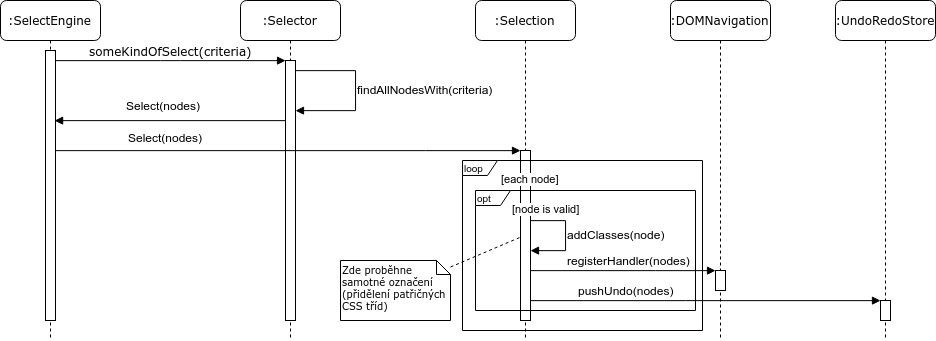
This is LaTeX/images/sequence_diagram.png from drahoja9/scraper, a draw.io export, as it was before one commit. Source tidied: cells renumbered, new cells last; positions are measured from the earlier drawing's top-left corner, leaving out a move shared by most shapes.
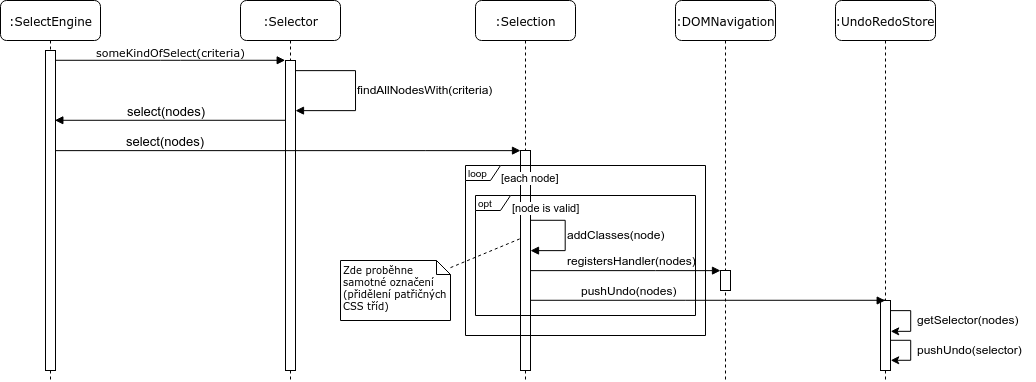
Later version of the same file.

The edit, as a diff of the source:
```diff
@@ -3,10 +3,10 @@
     <mxCell id="0" />
     <mxCell id="1" parent="0" />
     <mxCell id="2" value=":Selector" style="shape=umlLifeline;perimeter=lifelinePerimeter;whiteSpace=wrap;html=1;rounded=1;shadow=0;comic=0;labelBackgroundColor=none;strokeColor=#000000;strokeWidth=1;fillColor=#FFFFFF;fontFamily=Verdana;fontSize=12;fontColor=#000000;align=center;" parent="1" vertex="1">
-      <mxGeometry x="240" width="100" height="340" as="geometry" />
+      <mxGeometry x="240" width="100" height="380" as="geometry" />
     </mxCell>
     <mxCell id="3" style="html=1;points=[];perimeter=orthogonalPerimeter;rounded=0;shadow=0;comic=0;labelBackgroundColor=none;strokeColor=#000000;strokeWidth=1;fillColor=#FFFFFF;fontFamily=Verdana;fontSize=12;fontColor=#000000;align=center;" parent="2" vertex="1">
-      <mxGeometry x="45" y="60" width="10" height="260" as="geometry" />
+      <mxGeometry x="45" y="60" width="10" height="310" as="geometry" />
     </mxCell>
     <mxCell id="4" style="edgeStyle=orthogonalEdgeStyle;rounded=0;orthogonalLoop=1;jettySize=auto;html=1;endArrow=block;endFill=1;" parent="2" edge="1" source="3" target="3">
       <mxGeometry relative="1" as="geometry">
@@ -17,25 +17,25 @@
       </mxGeometry>
     </mxCell>
     <mxCell id="5" value=":SelectEngine" style="shape=umlLifeline;perimeter=lifelinePerimeter;whiteSpace=wrap;html=1;rounded=1;shadow=0;comic=0;labelBackgroundColor=none;strokeColor=#000000;strokeWidth=1;fillColor=#FFFFFF;fontFamily=Verdana;fontSize=12;fontColor=#000000;align=center;" parent="1" vertex="1">
-      <mxGeometry width="100" height="340" as="geometry" />
+      <mxGeometry width="100" height="380" as="geometry" />
     </mxCell>
     <mxCell id="6" style="html=1;points=[];perimeter=orthogonalPerimeter;rounded=0;shadow=0;comic=0;labelBackgroundColor=none;strokeColor=#000000;strokeWidth=1;fillColor=#FFFFFF;fontFamily=Verdana;fontSize=12;fontColor=#000000;align=center;" parent="5" vertex="1">
-      <mxGeometry x="45" y="50" width="10" height="270" as="geometry" />
+      <mxGeometry x="45" y="50" width="10" height="320" as="geometry" />
     </mxCell>
-    <mxCell id="7" value="someKindOfSelect(criteria)" style="html=1;verticalAlign=bottom;endArrow=block;entryX=0;entryY=0;labelBackgroundColor=none;fontFamily=Verdana;fontSize=12;edgeStyle=elbowEdgeStyle;elbow=vertical;" parent="1" edge="1" source="6" target="3">
+    <mxCell id="7" value="someKindOfSelect(criteria)" style="html=1;verticalAlign=bottom;endArrow=block;entryX=0;entryY=0;labelBackgroundColor=none;fontFamily=Verdana;fontSize=11;edgeStyle=elbowEdgeStyle;elbow=vertical;" parent="1" edge="1" source="6" target="3">
       <mxGeometry relative="1" as="geometry" />
     </mxCell>
-    <mxCell id="8" style="rounded=0;jumpStyle=none;jettySize=auto;html=1;entryX=0.071;entryY=0.508;entryDx=0;entryDy=0;entryPerimeter=0;endArrow=none;endFill=0;dashed=1;" parent="1" edge="1" source="9" target="11">
+    <mxCell id="8" style="rounded=0;jumpStyle=none;jettySize=auto;html=1;entryX=-0.083;entryY=0.402;entryDx=0;entryDy=0;entryPerimeter=0;endArrow=none;endFill=0;dashed=1;" parent="1" edge="1" source="9" target="11">
       <mxGeometry relative="1" as="geometry" />
     </mxCell>
     <mxCell id="9" value="Zde proběhne samotné označení (přidělení patřičných CSS tříd)" style="shape=note;whiteSpace=wrap;html=1;size=14;verticalAlign=middle;align=left;spacingTop=-6;rounded=0;shadow=0;comic=0;labelBackgroundColor=none;strokeColor=#000000;strokeWidth=1;fillColor=#FFFFFF;fontFamily=Verdana;fontSize=10;fontColor=#000000;" parent="1" vertex="1">
       <mxGeometry x="340" y="260" width="110" height="60" as="geometry" />
     </mxCell>
     <mxCell id="10" value=":Selection" style="shape=umlLifeline;perimeter=lifelinePerimeter;whiteSpace=wrap;html=1;rounded=1;shadow=0;comic=0;labelBackgroundColor=none;strokeColor=#000000;strokeWidth=1;fillColor=#FFFFFF;fontFamily=Verdana;fontSize=12;fontColor=#000000;align=center;" parent="1" vertex="1">
-      <mxGeometry x="475" width="100" height="340" as="geometry" />
+      <mxGeometry x="475" width="100" height="380" as="geometry" />
     </mxCell>
     <mxCell id="11" style="html=1;points=[];perimeter=orthogonalPerimeter;rounded=0;shadow=0;comic=0;labelBackgroundColor=none;strokeColor=#000000;strokeWidth=1;fillColor=#FFFFFF;fontFamily=Verdana;fontSize=12;fontColor=#000000;align=center;" parent="10" vertex="1">
-      <mxGeometry x="45" y="150" width="10" height="170" as="geometry" />
+      <mxGeometry x="45" y="150" width="10" height="220" as="geometry" />
     </mxCell>
     <mxCell id="12" style="edgeStyle=orthogonalEdgeStyle;rounded=0;orthogonalLoop=1;jettySize=auto;html=1;endArrow=block;endFill=1;" parent="10" edge="1" source="11" target="11">
       <mxGeometry relative="1" as="geometry">
@@ -56,14 +56,14 @@
         </Array>
       </mxGeometry>
     </mxCell>
-    <mxCell id="15" value="Select(nodes)" style="text;html=1;align=center;verticalAlign=middle;labelBackgroundColor=#ffffff;" parent="14" vertex="1">
+    <mxCell id="15" value="select(nodes)" style="text;html=1;align=center;verticalAlign=middle;labelBackgroundColor=#ffffff;fontSize=13;" parent="14" vertex="1">
       <mxGeometry x="0.07" y="1" relative="1" as="geometry">
-        <mxPoint x="1.5" y="-16" as="offset" />
+        <mxPoint x="4" y="-11" as="offset" />
       </mxGeometry>
     </mxCell>
-    <mxCell id="16" value="Select(nodes)" style="text;html=1;align=center;verticalAlign=middle;labelBackgroundColor=#ffffff;" parent="14" vertex="1">
+    <mxCell id="16" value="select(nodes)" style="text;html=1;align=center;verticalAlign=middle;labelBackgroundColor=#ffffff;fontSize=13;" parent="14" vertex="1">
       <mxGeometry x="0.07" y="1" relative="1" as="geometry">
-        <mxPoint x="4" y="16" as="offset" />
+        <mxPoint x="3.5" y="19.5" as="offset" />
       </mxGeometry>
     </mxCell>
     <mxCell id="17" style="edgeStyle=orthogonalEdgeStyle;rounded=0;jettySize=auto;html=1;jumpStyle=none;endArrow=block;endFill=1;" parent="1" edge="1" source="6" target="11">
@@ -75,7 +75,7 @@
       </mxGeometry>
     </mxCell>
     <mxCell id="18" value=":DOMNavigation" style="shape=umlLifeline;perimeter=lifelinePerimeter;whiteSpace=wrap;html=1;rounded=1;shadow=0;comic=0;labelBackgroundColor=none;strokeColor=#000000;strokeWidth=1;fillColor=#FFFFFF;fontFamily=Verdana;fontSize=12;fontColor=#000000;align=center;" parent="1" vertex="1">
-      <mxGeometry x="670" width="100" height="340" as="geometry" />
+      <mxGeometry x="675" width="100" height="380" as="geometry" />
     </mxCell>
     <mxCell id="19" style="html=1;points=[];perimeter=orthogonalPerimeter;rounded=0;shadow=0;comic=0;labelBackgroundColor=none;strokeColor=#000000;strokeWidth=1;fillColor=#FFFFFF;fontFamily=Verdana;fontSize=12;fontColor=#000000;align=center;" parent="18" vertex="1">
       <mxGeometry x="45" y="270" width="10" height="20" as="geometry" />
@@ -88,17 +88,35 @@
         </Array>
       </mxGeometry>
     </mxCell>
-    <mxCell id="21" value="registerHandler(nodes)" style="text;html=1;align=center;verticalAlign=middle;labelBackgroundColor=#ffffff;" parent="20" vertex="1">
+    <mxCell id="21" value="registersHandler(nodes)" style="text;html=1;align=center;verticalAlign=middle;labelBackgroundColor=#ffffff;" parent="20" vertex="1">
       <mxGeometry x="0.19" y="1" relative="1" as="geometry">
         <mxPoint x="-11.5" y="-9" as="offset" />
       </mxGeometry>
     </mxCell>
     <mxCell id="22" value=":UndoRedoStore" style="shape=umlLifeline;perimeter=lifelinePerimeter;whiteSpace=wrap;html=1;rounded=1;shadow=0;comic=0;labelBackgroundColor=none;strokeColor=#000000;strokeWidth=1;fillColor=#FFFFFF;fontFamily=Verdana;fontSize=12;fontColor=#000000;align=center;" parent="1" vertex="1">
-      <mxGeometry x="835" width="100" height="340" as="geometry" />
+      <mxGeometry x="835" width="100" height="380" as="geometry" />
     </mxCell>
     <mxCell id="23" style="html=1;points=[];perimeter=orthogonalPerimeter;rounded=0;shadow=0;comic=0;labelBackgroundColor=none;strokeColor=#000000;strokeWidth=1;fillColor=#FFFFFF;fontFamily=Verdana;fontSize=12;fontColor=#000000;align=center;" parent="22" vertex="1">
-      <mxGeometry x="45" y="300" width="10" height="20" as="geometry" />
+      <mxGeometry x="45" y="300" width="10" height="70" as="geometry" />
     </mxCell>
+    <mxCell id="31" style="edgeStyle=orthogonalEdgeStyle;rounded=0;orthogonalLoop=1;jettySize=auto;html=1;entryX=1.027;entryY=0.445;entryDx=0;entryDy=0;entryPerimeter=0;" parent="22" edge="1" source="23" target="23">
+      <mxGeometry relative="1" as="geometry">
+        <Array as="points">
+          <mxPoint x="75" y="310" />
+          <mxPoint x="75" y="331" />
+        </Array>
+      </mxGeometry>
+    </mxCell>
+    <mxCell id="32" style="edgeStyle=orthogonalEdgeStyle;rounded=0;jettySize=auto;html=1;" parent="22" edge="1" source="23">
+      <mxGeometry relative="1" as="geometry">
+        <mxPoint x="55" y="360" as="targetPoint" />
+        <Array as="points">
+          <mxPoint x="75" y="340" />
+          <mxPoint x="75" y="360" />
+          <mxPoint x="55" y="360" />
+        </Array>
+      </mxGeometry>
+    </mxCell>
     <mxCell id="24" style="edgeStyle=orthogonalEdgeStyle;rounded=0;jumpStyle=none;jettySize=auto;html=1;endArrow=block;endFill=1;" parent="1" edge="1" source="11" target="23">
       <mxGeometry relative="1" as="geometry">
         <Array as="points">
@@ -113,13 +131,13 @@
       </mxGeometry>
     </mxCell>
     <mxCell id="26" value="loop" style="shape=umlFrame;whiteSpace=wrap;html=1;width=35;height=15;align=left;fontSize=10;" parent="1" vertex="1">
-      <mxGeometry x="462" y="160" width="240" height="170" as="geometry" />
+      <mxGeometry x="465" y="165" width="240" height="170" as="geometry" />
     </mxCell>
     <mxCell id="27" value="[each node]" style="text;html=1;align=center;verticalAlign=middle;spacingTop=-4;fontSize=11;labelBackgroundColor=#ffffff;" parent="1" vertex="1">
       <mxGeometry x="495" y="175" width="70" height="10" as="geometry" />
     </mxCell>
     <mxCell id="28" value="opt" style="shape=umlFrame;whiteSpace=wrap;html=1;width=35;height=15;align=left;fontSize=10;" parent="1" vertex="1">
-      <mxGeometry x="475" y="190" width="220" height="120" as="geometry" />
+      <mxGeometry x="475" y="195" width="220" height="120" as="geometry" />
     </mxCell>
     <mxCell id="29" value="[node is valid]" style="text;html=1;align=center;verticalAlign=middle;spacingTop=-4;fontSize=11;labelBackgroundColor=#ffffff;" parent="1" vertex="1">
       <mxGeometry x="505" y="205" width="80" height="10" as="geometry" />
@@ -127,5 +145,11 @@
     <mxCell id="30" value="addClasses(node)" style="text;html=1;align=left;verticalAlign=top;spacingTop=-4;fontSize=12;" parent="1" vertex="1">
       <mxGeometry x="565" y="225" width="100" height="10" as="geometry" />
     </mxCell>
+    <mxCell id="33" value="getSelector(nodes)" style="text;html=1;align=left;verticalAlign=top;spacingTop=-4;" parent="1" vertex="1">
+      <mxGeometry x="915" y="310" width="120" height="20" as="geometry" />
+    </mxCell>
+    <mxCell id="34" value="pushUndo(selector)" style="text;html=1;align=left;verticalAlign=top;spacingTop=-4;" parent="1" vertex="1">
+      <mxGeometry x="915" y="340" width="120" height="20" as="geometry" />
+    </mxCell>
   </root>
 </mxGraphModel>
```
